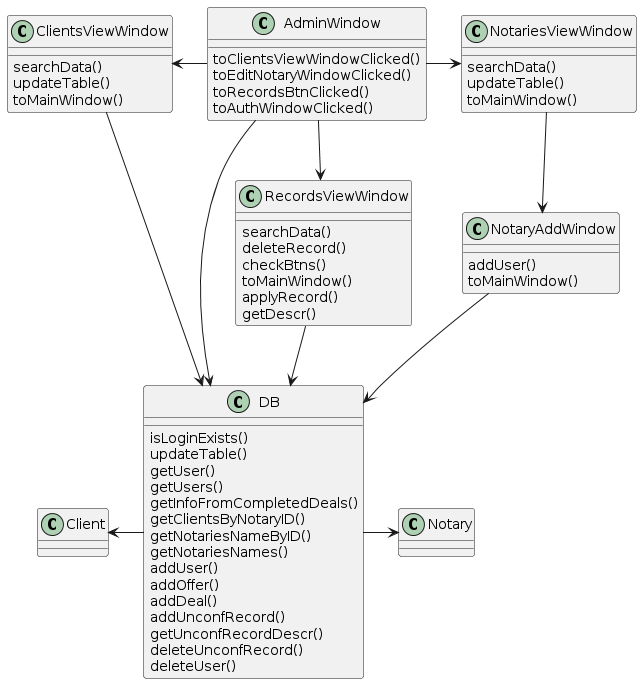
Before: Diagrams/images/Classes/classes.png, a diagram exported from PlantUML (Student7751/CourseWork).
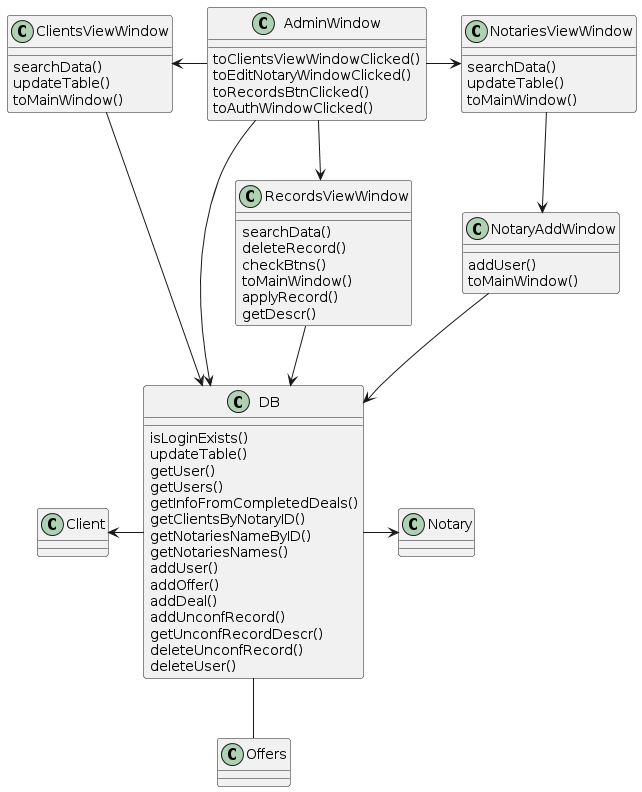
After the commit.

The edit, as a diff of the source:
```diff
@@ -55,6 +55,7 @@
 }
 DB -left-> Client
 DB -> Notary
+DB -down- Offers
 AdminWindow --> DB
 AdminWindow -left-> ClientsViewWindow
 AdminWindow -right-> NotariesViewWindow
```
